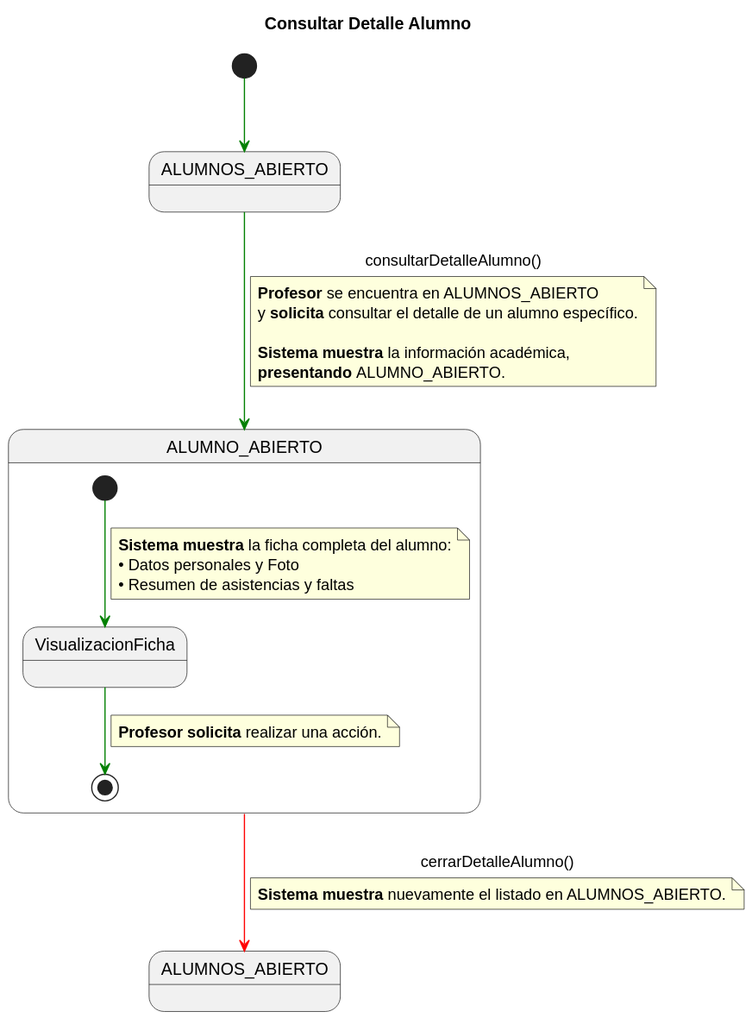
enmabry/25-26-IdSw1-SdR keeps this PlantUML diagram as documents/CasosDeUso/DetalladoCasosDeUso/Profesor/consultarDetalleAlumno.svg. Above is the earlier version.
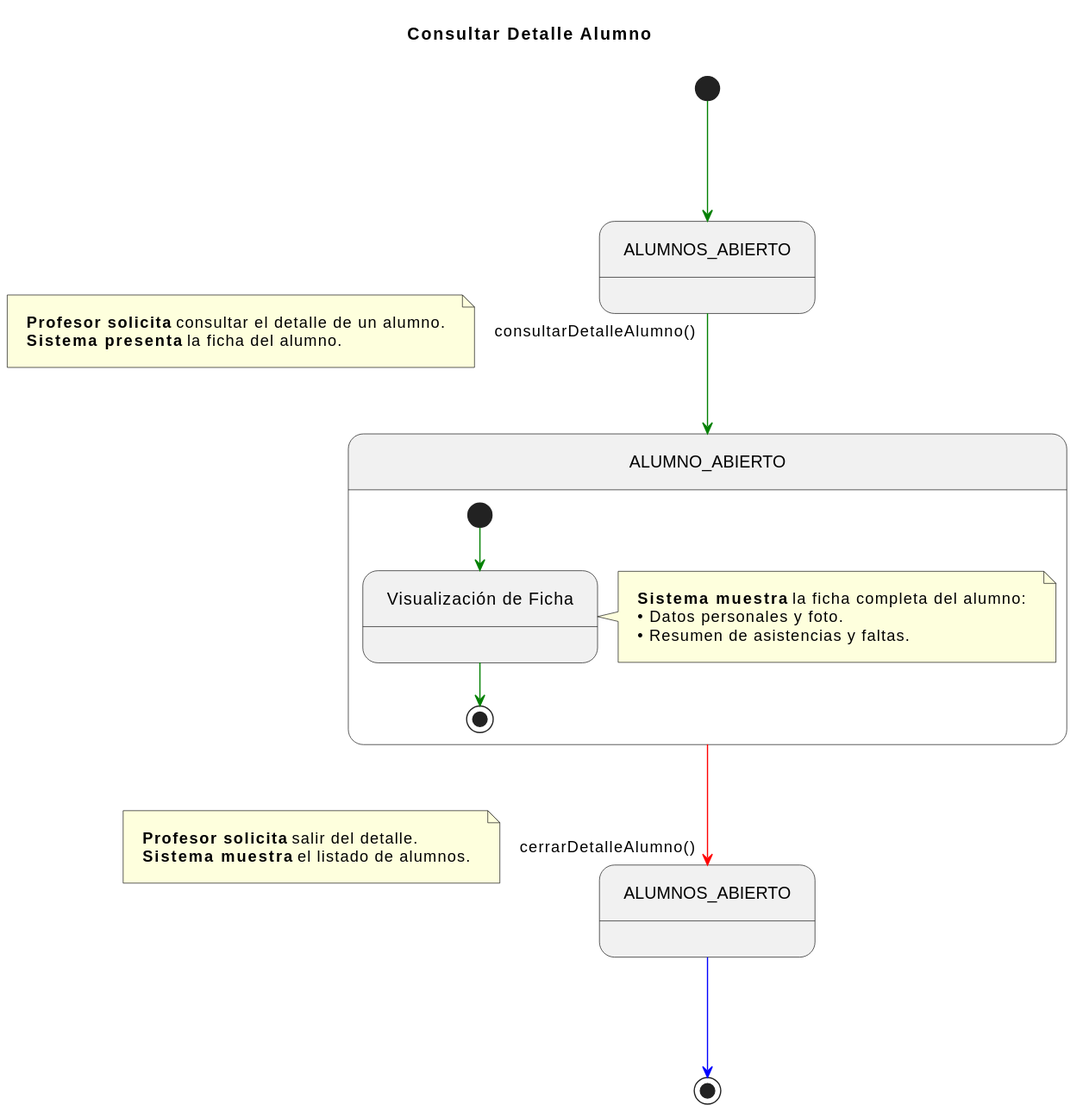
Above is the later version.

What changed in the source:
```diff
@@ -1,42 +1,38 @@
 @startuml
 title Consultar Detalle Alumno
-skinparam linetype polyline
+skinparam nodesep 100
+skinparam ranksep 100
+skinparam linetype ortho
+skinparam Padding 10
 
 state ALUMNOS_ABIERTO_INICIAL as "ALUMNOS_ABIERTO"
-state ALUMNOS_ABIERTO_FINAL as "ALUMNOS_ABIERTO"
+state ALUMNOS_ABIERTO_FINAL   as "ALUMNOS_ABIERTO"
 state ALUMNO_ABIERTO_COMP     as "ALUMNO_ABIERTO"
 
 [*] -[#green]-> ALUMNOS_ABIERTO_INICIAL
 
 ALUMNOS_ABIERTO_INICIAL -[#green]-> ALUMNO_ABIERTO_COMP : consultarDetalleAlumno()
-note on link
-<b>Profesor</b> se encuentra en ALUMNOS_ABIERTO
-y <b>solicita</b> consultar el detalle de un alumno específico.
-
-<b>Sistema muestra</b> la información académica,
-<b>presentando</b> ALUMNO_ABIERTO.
+note left on link
+    <b>Profesor solicita</b> consultar el detalle de un alumno.
+    <b>Sistema presenta</b> la ficha del alumno.
 end note
 
-state ALUMNO_ABIERTO_COMP as "ALUMNO_ABIERTO" {
-
-    state VisualizacionFicha
-
+state ALUMNO_ABIERTO_COMP {
+    state VisualizacionFicha as "Visualización de Ficha"
     [*] -[#green]-> VisualizacionFicha
-    note on link
-    <b>Sistema muestra</b> la ficha completa del alumno:
-    • Datos personales y Foto
-    • Resumen de asistencias y faltas
+    note right of VisualizacionFicha
+        <b>Sistema muestra</b> la ficha completa del alumno:
+        • Datos personales y foto.
+        • Resumen de asistencias y faltas.
     end note
-
     VisualizacionFicha -[#green]-> [*]
-    note on link
-    <b>Profesor solicita</b> realizar una acción.
-    end note
-
 }
 
 ALUMNO_ABIERTO_COMP -[#red]-> ALUMNOS_ABIERTO_FINAL : cerrarDetalleAlumno()
-note on link
-<b>Sistema muestra</b> nuevamente el listado en ALUMNOS_ABIERTO.
+note left on link
+    <b>Profesor solicita</b> salir del detalle.
+    <b>Sistema muestra</b> el listado de alumnos.
 end note
+
+ALUMNOS_ABIERTO_FINAL -[#blue]-> [*]
 @enduml
```
